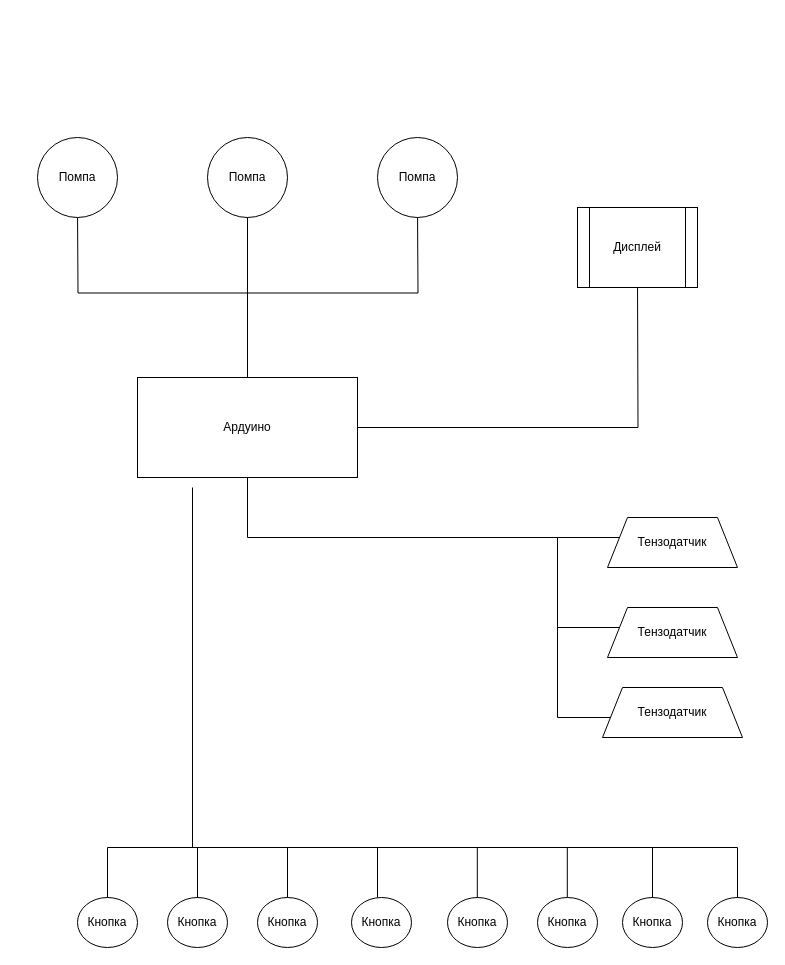
Before: Электрическая_Схема.drawio in uncIefedorrr/project_limonade, a draw.io diagram. Source tidied: cells renumbered, new cells numbered last; positions are measured from the earlier drawing's top-left corner, leaving out a move shared by most shapes. Both pictures are drawn from the tidied source at 100%, with x=0, y=0 at pixel (37, 137).
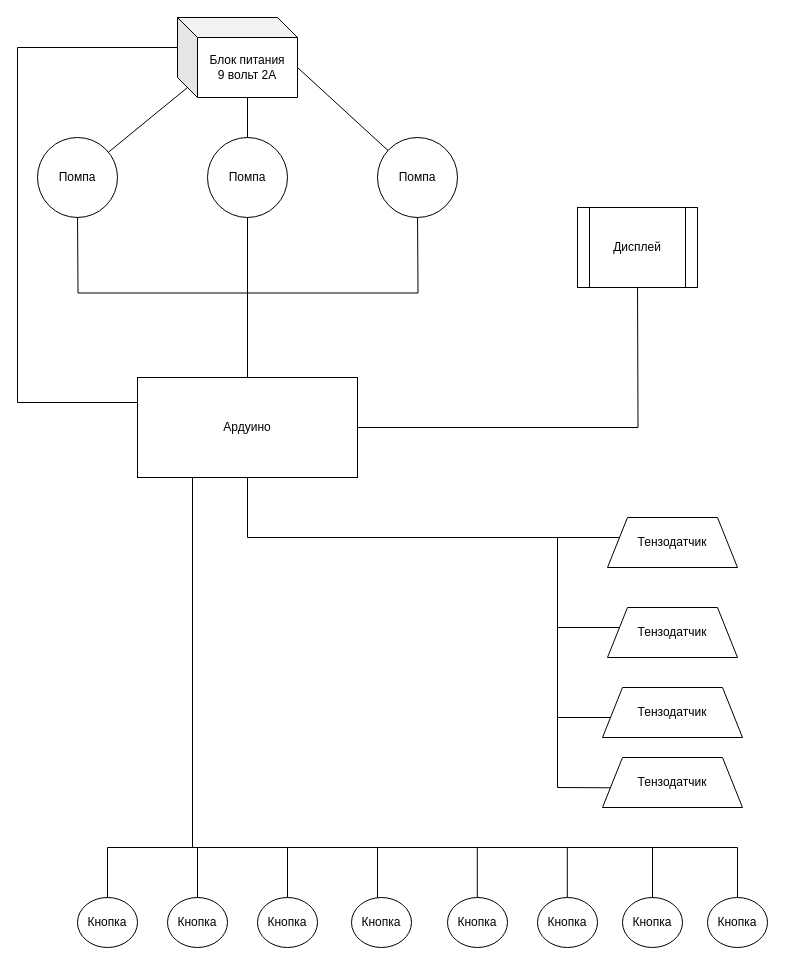
After the change.

Unchanged cells that the change refers to:
```xml
<mxCell id="8" style="rounded=0;whiteSpace=wrap;html=1;" parent="1" vertex="1">
  <mxGeometry x="100" y="240" width="220" height="100" as="geometry" />
</mxCell>
<mxCell id="10" style="ellipse;whiteSpace=wrap;html=1;" parent="1" vertex="1">
  <mxGeometry x="340" width="80" height="80" as="geometry" />
</mxCell>
<mxCell id="11" style="ellipse;whiteSpace=wrap;html=1;" parent="1" vertex="1">
  <mxGeometry width="80" height="80" as="geometry" />
</mxCell>
<mxCell id="12" style="ellipse;whiteSpace=wrap;html=1;" parent="1" vertex="1">
  <mxGeometry x="170" width="80" height="80" as="geometry" />
</mxCell>
```

Change to the diagram source:
```diff
@@
-    <mxCell id="7" style="edgeStyle=orthogonalEdgeStyle;rounded=0;orthogonalLoop=1;jettySize=auto;html=1;exitX=0.25;exitY=1;exitDx=0;exitDy=0;" parent="1" edge="1">
+    <mxCell id="7" style="edgeStyle=orthogonalEdgeStyle;rounded=0;jettySize=auto;html=1;exitX=0.25;exitY=1;exitDx=0;exitDy=0;" parent="1" edge="1" source="8">
       <mxGeometry relative="1" as="geometry">
-        <mxPoint x="155" y="350" as="sourcePoint" />
         <mxPoint x="700" y="770" as="targetPoint" />
         <Array as="points">
           <mxPoint x="155" y="710" />
           <mxPoint x="700" y="710" />
         </Array>
       </mxGeometry>
     </mxCell>
@@
+    <mxCell id="38" value="Тензодатчик" style="shape=trapezoid;perimeter=trapezoidPerimeter;whiteSpace=wrap;html=1;fixedSize=1;" parent="1" vertex="1">
+      <mxGeometry x="565" y="620" width="140" height="50" as="geometry" />
+    </mxCell>
+    <mxCell id="39" style="endArrow=none;html=1;rounded=0;" parent="1" edge="1">
+      <mxGeometry relative="1" as="geometry">
+        <mxPoint x="520" y="650" as="sourcePoint" />
+        <mxPoint x="520" y="580" as="targetPoint" />
+      </mxGeometry>
+    </mxCell>
+    <mxCell id="40" style="endArrow=none;html=1;rounded=0;entryX=0.059;entryY=0.606;entryDx=0;entryDy=0;entryPerimeter=0;" parent="1" edge="1" target="38">
+      <mxGeometry relative="1" as="geometry">
+        <mxPoint x="520" y="650" as="sourcePoint" />
+      </mxGeometry>
+    </mxCell>
+    <mxCell id="41" value="Блок питания&lt;br&gt;9 вольт 2А" style="shape=cube;whiteSpace=wrap;html=1;boundedLbl=1;backgroundOutline=1;darkOpacity=0.05;darkOpacity2=0.1;" parent="1" vertex="1">
+      <mxGeometry x="140" y="-120" width="120" height="80" as="geometry" />
+    </mxCell>
+    <mxCell id="42" style="endArrow=none;html=1;rounded=0;exitX=0;exitY=0;exitDx=10;exitDy=70;exitPerimeter=0;" parent="1" edge="1" source="41" target="11">
+      <mxGeometry relative="1" as="geometry" />
+    </mxCell>
+    <mxCell id="43" style="endArrow=none;html=1;rounded=0;entryX=0.5;entryY=0;entryDx=0;entryDy=0;exitX=0;exitY=0;exitDx=70;exitDy=80;exitPerimeter=0;" parent="1" edge="1" source="41" target="12">
+      <mxGeometry relative="1" as="geometry" />
+    </mxCell>
+    <mxCell id="44" style="endArrow=none;html=1;rounded=0;exitX=0;exitY=0;exitDx=120;exitDy=50;exitPerimeter=0;" parent="1" edge="1" source="41" target="10">
+      <mxGeometry relative="1" as="geometry" />
+    </mxCell>
+    <mxCell id="45" style="endArrow=none;html=1;rounded=0;exitX=0;exitY=0.25;exitDx=0;exitDy=0;entryX=0;entryY=0;entryDx=0;entryDy=30;entryPerimeter=0;" parent="1" edge="1" source="8" target="41">
+      <mxGeometry relative="1" as="geometry">
+        <Array as="points">
+          <mxPoint x="-20" y="265" />
+          <mxPoint x="-20" y="-90" />
+        </Array>
+      </mxGeometry>
+    </mxCell>
```
